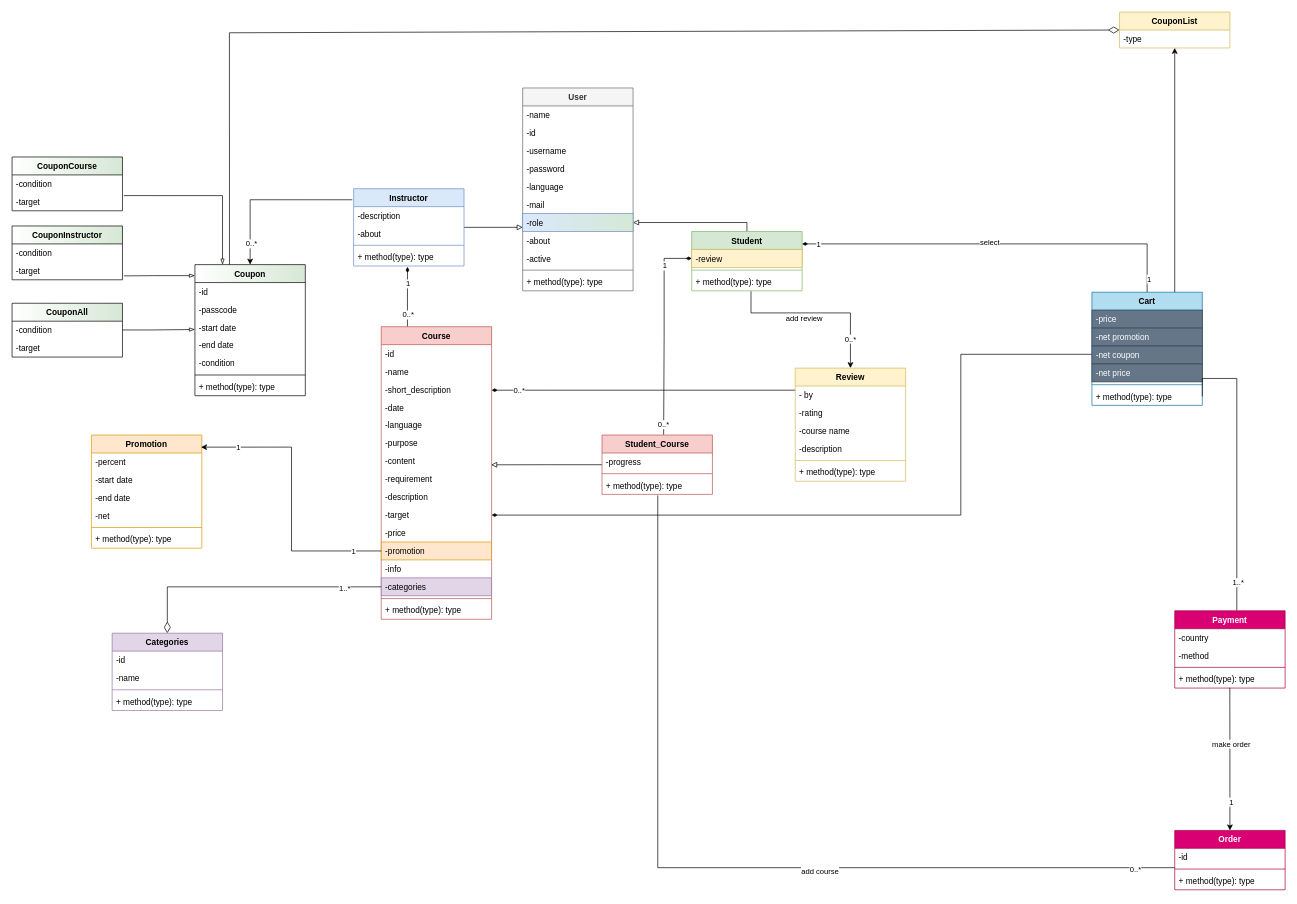
Earlier version of the draw.io diagram class.drawio (pratanporn13promax/OOP-Class-Sequence-UseCase-Diagram). Source tidied: cells renumbered, new cells numbered last; positions are measured from the earlier drawing's top-left corner, leaving out a move shared by most shapes. Both pictures are drawn from the tidied source at 69%, with x=0, y=0 at pixel (12, 12).
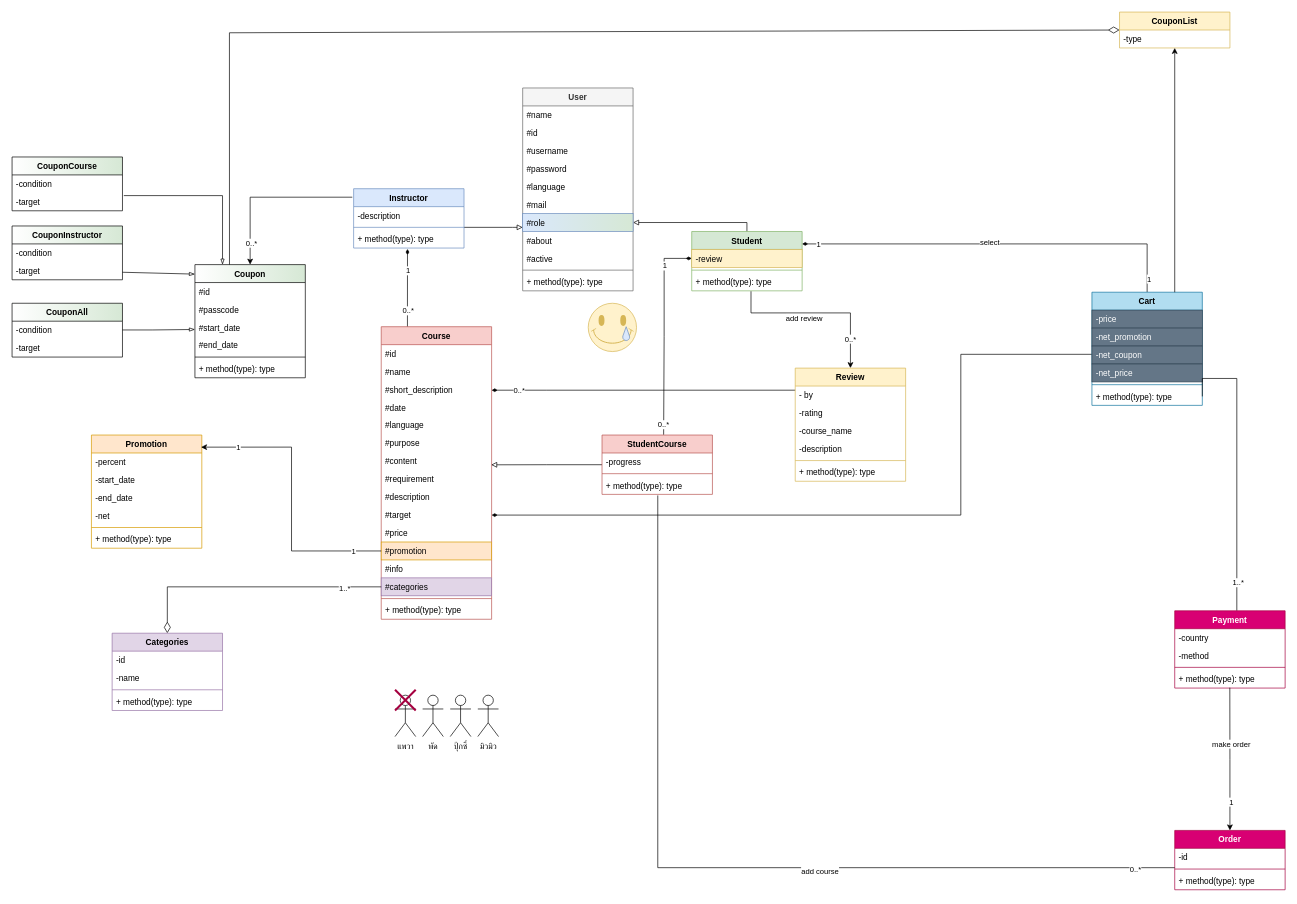
Above is the later version.

Unchanged cells that the change refers to:
```xml
<mxCell id="5" value="Course" style="swimlane;fontStyle=1;align=center;verticalAlign=top;horizontal=1;startSize=26;fillColor=#f8cecc;strokeColor=#b85450;" parent="1" vertex="1">
  <mxGeometry x="535" y="456" width="160" height="424" as="geometry" />
</mxCell>
<mxCell id="34" value="User" style="swimlane;fontStyle=1;align=center;verticalAlign=top;horizontal=1;startSize=26;fillColor=#f5f5f5;fontColor=#333333;strokeColor=#666666;" parent="1" vertex="1">
  <mxGeometry x="740" y="110" width="160" height="294" as="geometry" />
</mxCell>
<mxCell id="51" value="Review" style="swimlane;fontStyle=1;align=center;verticalAlign=top;horizontal=1;startSize=26;fillColor=#fff2cc;strokeColor=#d6b656;" parent="1" vertex="1">
  <mxGeometry x="1135" y="516" width="160" height="164" as="geometry" />
</mxCell>
<mxCell id="69" value="Cart" style="swimlane;fontStyle=1;align=center;verticalAlign=top;horizontal=1;startSize=26;fillColor=#b1ddf0;strokeColor=#10739e;" parent="1" vertex="1">
  <mxGeometry x="1565" y="406" width="160" height="164" as="geometry" />
</mxCell>
<mxCell id="83" value="Promotion" style="swimlane;fontStyle=1;align=center;verticalAlign=top;horizontal=1;startSize=26;fillColor=#ffe6cc;strokeColor=#d79b00;" parent="1" vertex="1">
  <mxGeometry x="115" y="613" width="160" height="164" as="geometry" />
</mxCell>
<mxCell id="126" value="-target" style="text;strokeColor=none;fillColor=none;align=left;verticalAlign=top;spacingLeft=4;spacingRight=4;overflow=hidden;points=[[0,0.5],[1,0.5]];portConstraint=eastwest;" parent="124" vertex="1">
  <mxGeometry y="52" width="160" height="26" as="geometry" />
</mxCell>
```

What changed in the source:
```diff
@@
-    <mxCell id="6" value="-id" style="text;strokeColor=none;fillColor=none;align=left;verticalAlign=top;spacingLeft=4;spacingRight=4;overflow=hidden;" parent="5" vertex="1">
+    <mxCell id="6" value="#id" style="text;strokeColor=none;fillColor=none;align=left;verticalAlign=top;spacingLeft=4;spacingRight=4;overflow=hidden;" parent="5" vertex="1">
       <mxGeometry y="26" width="160" height="26" as="geometry" />
     </mxCell>
-    <mxCell id="7" value="-name&#10;" style="text;strokeColor=none;fillColor=none;align=left;verticalAlign=top;spacingLeft=4;spacingRight=4;overflow=hidden;" parent="5" vertex="1">
+    <mxCell id="7" value="#name&#10;" style="text;strokeColor=none;fillColor=none;align=left;verticalAlign=top;spacingLeft=4;spacingRight=4;overflow=hidden;" parent="5" vertex="1">
       <mxGeometry y="52" width="160" height="26" as="geometry" />
     </mxCell>
-    <mxCell id="8" value="-short_description" style="text;strokeColor=none;fillColor=none;align=left;verticalAlign=top;spacingLeft=4;spacingRight=4;overflow=hidden;" parent="5" vertex="1">
+    <mxCell id="8" value="#short_description" style="text;strokeColor=none;fillColor=none;align=left;verticalAlign=top;spacingLeft=4;spacingRight=4;overflow=hidden;" parent="5" vertex="1">
       <mxGeometry y="78" width="160" height="26" as="geometry" />
     </mxCell>
-    <mxCell id="9" value="-date" style="text;strokeColor=none;fillColor=none;align=left;verticalAlign=top;spacingLeft=4;spacingRight=4;overflow=hidden;" parent="5" vertex="1">
+    <mxCell id="9" value="#date" style="text;strokeColor=none;fillColor=none;align=left;verticalAlign=top;spacingLeft=4;spacingRight=4;overflow=hidden;" parent="5" vertex="1">
       <mxGeometry y="104" width="160" height="26" as="geometry" />
     </mxCell>
-    <mxCell id="10" value="-language" style="text;strokeColor=none;fillColor=none;align=left;verticalAlign=top;spacingLeft=4;spacingRight=4;overflow=hidden;" parent="5" vertex="1">
+    <mxCell id="10" value="#language" style="text;strokeColor=none;fillColor=none;align=left;verticalAlign=top;spacingLeft=4;spacingRight=4;overflow=hidden;" parent="5" vertex="1">
       <mxGeometry y="130" width="160" height="26" as="geometry" />
     </mxCell>
-    <mxCell id="11" value="-purpose" style="text;strokeColor=none;fillColor=none;align=left;verticalAlign=top;spacingLeft=4;spacingRight=4;overflow=hidden;" parent="5" vertex="1">
+    <mxCell id="11" value="#purpose" style="text;strokeColor=none;fillColor=none;align=left;verticalAlign=top;spacingLeft=4;spacingRight=4;overflow=hidden;" parent="5" vertex="1">
       <mxGeometry y="156" width="160" height="26" as="geometry" />
     </mxCell>
-    <mxCell id="12" value="-content" style="text;strokeColor=none;fillColor=none;align=left;verticalAlign=top;spacingLeft=4;spacingRight=4;overflow=hidden;points=[[0,0.5],[1,0.5]];portConstraint=eastwest;" parent="5" vertex="1">
+    <mxCell id="12" value="#content" style="text;strokeColor=none;fillColor=none;align=left;verticalAlign=top;spacingLeft=4;spacingRight=4;overflow=hidden;points=[[0,0.5],[1,0.5]];portConstraint=eastwest;" parent="5" vertex="1">
       <mxGeometry y="182" width="160" height="26" as="geometry" />
     </mxCell>
-    <mxCell id="13" value="-requirement" style="text;strokeColor=none;fillColor=none;align=left;verticalAlign=top;spacingLeft=4;spacingRight=4;overflow=hidden;" parent="5" vertex="1">
+    <mxCell id="13" value="#requirement" style="text;strokeColor=none;fillColor=none;align=left;verticalAlign=top;spacingLeft=4;spacingRight=4;overflow=hidden;" parent="5" vertex="1">
       <mxGeometry y="208" width="160" height="26" as="geometry" />
     </mxCell>
-    <mxCell id="14" value="-description" style="text;strokeColor=none;fillColor=none;align=left;verticalAlign=top;spacingLeft=4;spacingRight=4;overflow=hidden;" parent="5" vertex="1">
+    <mxCell id="14" value="#description" style="text;strokeColor=none;fillColor=none;align=left;verticalAlign=top;spacingLeft=4;spacingRight=4;overflow=hidden;" parent="5" vertex="1">
       <mxGeometry y="234" width="160" height="26" as="geometry" />
     </mxCell>
@@
-    <mxCell id="16" value="-target" style="text;strokeColor=none;fillColor=none;align=left;verticalAlign=top;spacingLeft=4;spacingRight=4;overflow=hidden;points=[[0,0.5],[1,0.5]];portConstraint=eastwest;" parent="5" vertex="1">
+    <mxCell id="16" value="#target" style="text;strokeColor=none;fillColor=none;align=left;verticalAlign=top;spacingLeft=4;spacingRight=4;overflow=hidden;points=[[0,0.5],[1,0.5]];portConstraint=eastwest;" parent="5" vertex="1">
       <mxGeometry y="260" width="160" height="26" as="geometry" />
     </mxCell>
-    <mxCell id="17" value="-price" style="text;strokeColor=none;fillColor=none;align=left;verticalAlign=top;spacingLeft=4;spacingRight=4;overflow=hidden;" parent="5" vertex="1">
+    <mxCell id="17" value="#price" style="text;strokeColor=none;fillColor=none;align=left;verticalAlign=top;spacingLeft=4;spacingRight=4;overflow=hidden;" parent="5" vertex="1">
       <mxGeometry y="286" width="160" height="26" as="geometry" />
     </mxCell>
-    <mxCell id="18" value="-promotion" style="text;strokeColor=#d79b00;fillColor=#ffe6cc;align=left;verticalAlign=top;spacingLeft=4;spacingRight=4;overflow=hidden;points=[[0,0.5],[1,0.5]];portConstraint=eastwest;" parent="5" vertex="1">
+    <mxCell id="18" value="#promotion" style="text;strokeColor=#d79b00;fillColor=#ffe6cc;align=left;verticalAlign=top;spacingLeft=4;spacingRight=4;overflow=hidden;points=[[0,0.5],[1,0.5]];portConstraint=eastwest;" parent="5" vertex="1">
       <mxGeometry y="312" width="160" height="26" as="geometry" />
     </mxCell>
-    <mxCell id="19" value="-info" style="text;strokeColor=none;fillColor=none;align=left;verticalAlign=top;spacingLeft=4;spacingRight=4;overflow=hidden;" parent="5" vertex="1">
+    <mxCell id="19" value="#info" style="text;strokeColor=none;fillColor=none;align=left;verticalAlign=top;spacingLeft=4;spacingRight=4;overflow=hidden;" parent="5" vertex="1">
       <mxGeometry y="338" width="160" height="26" as="geometry" />
     </mxCell>
-    <mxCell id="20" value="-categories" style="text;strokeColor=#9673a6;fillColor=#e1d5e7;align=left;verticalAlign=top;spacingLeft=4;spacingRight=4;overflow=hidden;points=[[0,0.5],[1,0.5]];portConstraint=eastwest;" parent="5" vertex="1">
+    <mxCell id="20" value="#categories" style="text;strokeColor=#9673a6;fillColor=#e1d5e7;align=left;verticalAlign=top;spacingLeft=4;spacingRight=4;overflow=hidden;points=[[0,0.5],[1,0.5]];portConstraint=eastwest;" parent="5" vertex="1">
       <mxGeometry y="364" width="160" height="26" as="geometry" />
     </mxCell>
@@
     <mxCell id="24" value="Instructor" style="swimlane;fontStyle=1;align=center;verticalAlign=top;horizontal=1;startSize=26;fillColor=#dae8fc;strokeColor=#6c8ebf;" parent="1" vertex="1">
-      <mxGeometry x="495" y="256" width="160" height="112" as="geometry" />
+      <mxGeometry x="495" y="256" width="160" height="86" as="geometry" />
     </mxCell>
@@
-    <mxCell id="26" value="-about" style="text;strokeColor=none;fillColor=none;align=left;verticalAlign=top;spacingLeft=4;spacingRight=4;overflow=hidden;" parent="24" vertex="1">
-      <mxGeometry y="52" width="160" height="26" as="geometry" />
-    </mxCell>
     <mxCell id="27" style="line;strokeWidth=1;fillColor=none;align=left;verticalAlign=middle;spacingTop=-1;spacingLeft=3;spacingRight=3;labelPosition=right;strokeColor=inherit;" parent="24" vertex="1">
-      <mxGeometry y="78" width="160" height="8" as="geometry" />
+      <mxGeometry y="52" width="160" height="8" as="geometry" />
     </mxCell>
     <mxCell id="28" value="+ method(type): type" style="text;strokeColor=none;fillColor=none;align=left;verticalAlign=top;spacingLeft=4;spacingRight=4;overflow=hidden;points=[[0,0.5],[1,0.5]];portConstraint=eastwest;" parent="24" vertex="1">
-      <mxGeometry y="86" width="160" height="26" as="geometry" />
+      <mxGeometry y="60" width="160" height="26" as="geometry" />
     </mxCell>
@@
-    <mxCell id="35" value="-name" style="text;strokeColor=none;fillColor=none;align=left;verticalAlign=top;spacingLeft=4;spacingRight=4;overflow=hidden;" parent="34" vertex="1">
+    <mxCell id="35" value="#name" style="text;strokeColor=none;fillColor=none;align=left;verticalAlign=top;spacingLeft=4;spacingRight=4;overflow=hidden;" parent="34" vertex="1">
       <mxGeometry y="26" width="160" height="26" as="geometry" />
     </mxCell>
-    <mxCell id="36" value="-id" style="text;strokeColor=none;fillColor=none;align=left;verticalAlign=top;spacingLeft=4;spacingRight=4;overflow=hidden;" parent="34" vertex="1">
+    <mxCell id="36" value="#id" style="text;strokeColor=none;fillColor=none;align=left;verticalAlign=top;spacingLeft=4;spacingRight=4;overflow=hidden;" parent="34" vertex="1">
       <mxGeometry y="52" width="160" height="26" as="geometry" />
     </mxCell>
-    <mxCell id="37" value="-username" style="text;strokeColor=none;fillColor=none;align=left;verticalAlign=top;spacingLeft=4;spacingRight=4;overflow=hidden;" parent="34" vertex="1">
+    <mxCell id="37" value="#username" style="text;strokeColor=none;fillColor=none;align=left;verticalAlign=top;spacingLeft=4;spacingRight=4;overflow=hidden;" parent="34" vertex="1">
       <mxGeometry y="78" width="160" height="26" as="geometry" />
     </mxCell>
-    <mxCell id="38" value="-password" style="text;strokeColor=none;fillColor=none;align=left;verticalAlign=top;spacingLeft=4;spacingRight=4;overflow=hidden;" parent="34" vertex="1">
+    <mxCell id="38" value="#password" style="text;strokeColor=none;fillColor=none;align=left;verticalAlign=top;spacingLeft=4;spacingRight=4;overflow=hidden;" parent="34" vertex="1">
       <mxGeometry y="104" width="160" height="26" as="geometry" />
     </mxCell>
-    <mxCell id="39" value="-language" style="text;strokeColor=none;fillColor=none;align=left;verticalAlign=top;spacingLeft=4;spacingRight=4;overflow=hidden;" parent="34" vertex="1">
+    <mxCell id="39" value="#language" style="text;strokeColor=none;fillColor=none;align=left;verticalAlign=top;spacingLeft=4;spacingRight=4;overflow=hidden;" parent="34" vertex="1">
       <mxGeometry y="130" width="160" height="26" as="geometry" />
     </mxCell>
-    <mxCell id="40" value="-mail" style="text;strokeColor=none;fillColor=none;align=left;verticalAlign=top;spacingLeft=4;spacingRight=4;overflow=hidden;" parent="34" vertex="1">
+    <mxCell id="40" value="#mail" style="text;strokeColor=none;fillColor=none;align=left;verticalAlign=top;spacingLeft=4;spacingRight=4;overflow=hidden;" parent="34" vertex="1">
       <mxGeometry y="156" width="160" height="26" as="geometry" />
     </mxCell>
-    <mxCell id="41" value="-role" style="text;strokeColor=#6c8ebf;fillColor=#dae8fc;align=left;verticalAlign=top;spacingLeft=4;spacingRight=4;overflow=hidden;points=[[0,0.5],[1,0.5]];portConstraint=eastwest;gradientColor=#d6e8d5;gradientDirection=east;" parent="34" vertex="1">
+    <mxCell id="41" value="#role" style="text;strokeColor=#6c8ebf;fillColor=#dae8fc;align=left;verticalAlign=top;spacingLeft=4;spacingRight=4;overflow=hidden;points=[[0,0.5],[1,0.5]];portConstraint=eastwest;gradientColor=#d6e8d5;gradientDirection=east;" parent="34" vertex="1">
       <mxGeometry y="182" width="160" height="26" as="geometry" />
     </mxCell>
-    <mxCell id="42" value="-about" style="text;strokeColor=none;fillColor=none;align=left;verticalAlign=top;spacingLeft=4;spacingRight=4;overflow=hidden;" parent="34" vertex="1">
+    <mxCell id="42" value="#about" style="text;strokeColor=none;fillColor=none;align=left;verticalAlign=top;spacingLeft=4;spacingRight=4;overflow=hidden;" parent="34" vertex="1">
       <mxGeometry y="208" width="160" height="26" as="geometry" />
     </mxCell>
-    <mxCell id="43" value="-active" style="text;strokeColor=none;fillColor=none;align=left;verticalAlign=top;spacingLeft=4;spacingRight=4;overflow=hidden;" parent="34" vertex="1">
+    <mxCell id="43" value="#active" style="text;strokeColor=none;fillColor=none;align=left;verticalAlign=top;spacingLeft=4;spacingRight=4;overflow=hidden;" parent="34" vertex="1">
       <mxGeometry y="234" width="160" height="26" as="geometry" />
     </mxCell>
@@
-    <mxCell id="54" value="-course name" style="text;strokeColor=none;fillColor=none;align=left;verticalAlign=top;spacingLeft=4;spacingRight=4;overflow=hidden;" parent="51" vertex="1">
+    <mxCell id="54" value="-course_name" style="text;strokeColor=none;fillColor=none;align=left;verticalAlign=top;spacingLeft=4;spacingRight=4;overflow=hidden;" parent="51" vertex="1">
       <mxGeometry y="78" width="160" height="26" as="geometry" />
     </mxCell>
@@
-    <mxCell id="71" value="-net promotion" style="text;strokeColor=#314354;fillColor=#647687;align=left;verticalAlign=top;spacingLeft=4;spacingRight=4;overflow=hidden;fontColor=#ffffff;" parent="69" vertex="1">
+    <mxCell id="71" value="-net_promotion" style="text;strokeColor=#314354;fillColor=#647687;align=left;verticalAlign=top;spacingLeft=4;spacingRight=4;overflow=hidden;fontColor=#ffffff;" parent="69" vertex="1">
       <mxGeometry y="52" width="160" height="26" as="geometry" />
     </mxCell>
-    <mxCell id="72" value="-net coupon" style="text;strokeColor=#314354;fillColor=#647687;align=left;verticalAlign=top;spacingLeft=4;spacingRight=4;overflow=hidden;fontColor=#ffffff;" parent="69" vertex="1">
+    <mxCell id="72" value="-net_coupon" style="text;strokeColor=#314354;fillColor=#647687;align=left;verticalAlign=top;spacingLeft=4;spacingRight=4;overflow=hidden;fontColor=#ffffff;" parent="69" vertex="1">
       <mxGeometry y="78" width="160" height="26" as="geometry" />
     </mxCell>
-    <mxCell id="73" value="-net price&#10;" style="text;strokeColor=#314354;fillColor=#647687;align=left;verticalAlign=top;spacingLeft=4;spacingRight=4;overflow=hidden;fontColor=#ffffff;" parent="69" vertex="1">
+    <mxCell id="73" value="-net_price&#10;" style="text;strokeColor=#314354;fillColor=#647687;align=left;verticalAlign=top;spacingLeft=4;spacingRight=4;overflow=hidden;fontColor=#ffffff;" parent="69" vertex="1">
       <mxGeometry y="104" width="160" height="26" as="geometry" />
     </mxCell>
@@
-    <mxCell id="85" value="-start date" style="text;strokeColor=none;fillColor=none;align=left;verticalAlign=top;spacingLeft=4;spacingRight=4;overflow=hidden;" parent="83" vertex="1">
+    <mxCell id="85" value="-start_date" style="text;strokeColor=none;fillColor=none;align=left;verticalAlign=top;spacingLeft=4;spacingRight=4;overflow=hidden;" parent="83" vertex="1">
       <mxGeometry y="52" width="160" height="26" as="geometry" />
     </mxCell>
-    <mxCell id="86" value="-end date" style="text;strokeColor=none;fillColor=none;align=left;verticalAlign=top;spacingLeft=4;spacingRight=4;overflow=hidden;" parent="83" vertex="1">
+    <mxCell id="86" value="-end_date" style="text;strokeColor=none;fillColor=none;align=left;verticalAlign=top;spacingLeft=4;spacingRight=4;overflow=hidden;" parent="83" vertex="1">
       <mxGeometry y="78" width="160" height="26" as="geometry" />
     </mxCell>
@@
     <mxCell id="96" style="edgeStyle=orthogonalEdgeStyle;rounded=0;jettySize=auto;html=1;entryX=-0.012;entryY=0.143;entryDx=0;entryDy=0;entryPerimeter=0;startArrow=classic;startFill=1;endArrow=none;endFill=0;exitX=0.5;exitY=0;exitDx=0;exitDy=0;" parent="1" edge="1" source="98" target="24">
-      <mxGeometry relative="1" as="geometry" />
+      <mxGeometry relative="1" as="geometry">
+        <Array as="points">
+          <mxPoint x="345" y="268" />
+        </Array>
+      </mxGeometry>
     </mxCell>
@@
     <mxCell id="98" value="Coupon" style="swimlane;fontStyle=1;align=center;verticalAlign=top;horizontal=1;startSize=26;fillStyle=auto;gradientColor=#d6e8d5;gradientDirection=east;" parent="1" vertex="1">
-      <mxGeometry x="265" y="366" width="160" height="190" as="geometry" />
+      <mxGeometry x="265" y="366" width="160" height="164" as="geometry" />
     </mxCell>
-    <mxCell id="99" value="-id" style="text;strokeColor=none;fillColor=none;align=left;verticalAlign=top;spacingLeft=4;spacingRight=4;overflow=hidden;" parent="98" vertex="1">
+    <mxCell id="99" value="#id" style="text;strokeColor=none;fillColor=none;align=left;verticalAlign=top;spacingLeft=4;spacingRight=4;overflow=hidden;" parent="98" vertex="1">
       <mxGeometry y="26" width="160" height="26" as="geometry" />
     </mxCell>
-    <mxCell id="100" value="-passcode" style="text;strokeColor=none;fillColor=none;align=left;verticalAlign=top;spacingLeft=4;spacingRight=4;overflow=hidden;" parent="98" vertex="1">
+    <mxCell id="100" value="#passcode" style="text;strokeColor=none;fillColor=none;align=left;verticalAlign=top;spacingLeft=4;spacingRight=4;overflow=hidden;" parent="98" vertex="1">
       <mxGeometry y="52" width="160" height="26" as="geometry" />
     </mxCell>
-    <mxCell id="101" value="-start date" style="text;strokeColor=none;fillColor=none;align=left;verticalAlign=top;spacingLeft=4;spacingRight=4;overflow=hidden;" parent="98" vertex="1">
+    <mxCell id="101" value="#start_date" style="text;strokeColor=none;fillColor=none;align=left;verticalAlign=top;spacingLeft=4;spacingRight=4;overflow=hidden;" parent="98" vertex="1">
       <mxGeometry y="78" width="160" height="26" as="geometry" />
     </mxCell>
-    <mxCell id="102" value="-end date" style="text;strokeColor=none;fillColor=none;align=left;verticalAlign=top;spacingLeft=4;spacingRight=4;overflow=hidden;" parent="98" vertex="1">
+    <mxCell id="102" value="#end_date" style="text;strokeColor=none;fillColor=none;align=left;verticalAlign=top;spacingLeft=4;spacingRight=4;overflow=hidden;" parent="98" vertex="1">
       <mxGeometry y="104" width="160" height="26" as="geometry" />
     </mxCell>
-    <mxCell id="103" value="-condition" style="text;strokeColor=none;fillColor=none;align=left;verticalAlign=top;spacingLeft=4;spacingRight=4;overflow=hidden;" parent="98" vertex="1">
-      <mxGeometry y="130" width="160" height="26" as="geometry" />
-    </mxCell>
     <mxCell id="104" style="line;strokeWidth=1;fillColor=none;align=left;verticalAlign=middle;spacingTop=-1;spacingLeft=3;spacingRight=3;labelPosition=right;strokeColor=inherit;fillStyle=auto;" parent="98" vertex="1">
-      <mxGeometry y="156" width="160" height="8" as="geometry" />
+      <mxGeometry y="130" width="160" height="8" as="geometry" />
     </mxCell>
     <mxCell id="105" value="+ method(type): type" style="text;strokeColor=none;fillColor=none;align=left;verticalAlign=top;spacingLeft=4;spacingRight=4;overflow=hidden;" parent="98" vertex="1">
-      <mxGeometry y="164" width="160" height="26" as="geometry" />
+      <mxGeometry y="138" width="160" height="26" as="geometry" />
     </mxCell>
@@
-    <mxCell id="114" value="Student_Course" style="swimlane;fontStyle=1;align=center;verticalAlign=top;horizontal=1;startSize=26;fillColor=#f8cecc;strokeColor=#b85450;" parent="1" vertex="1">
+    <mxCell id="114" value="StudentCourse" style="swimlane;fontStyle=1;align=center;verticalAlign=top;horizontal=1;startSize=26;fillColor=#f8cecc;strokeColor=#b85450;" parent="1" vertex="1">
       <mxGeometry x="855" y="613" width="160" height="86" as="geometry" />
     </mxCell>
@@
-    <mxCell id="131" style="endArrow=blockThin;html=1;rounded=0;exitX=1.012;exitY=0.782;exitDx=0;exitDy=0;exitPerimeter=0;entryX=0;entryY=0.084;entryDx=0;entryDy=0;endFill=0;entryPerimeter=0;" parent="1" edge="1" source="126" target="98">
-      <mxGeometry relative="1" as="geometry">
-        <Array as="points">
-          <mxPoint x="205" y="382" />
-        </Array>
-      </mxGeometry>
+    <mxCell id="131" style="endArrow=blockThin;html=1;rounded=0;entryX=0;entryY=0.084;entryDx=0;entryDy=0;endFill=0;entryPerimeter=0;" parent="1" edge="1" source="126" target="98">
+      <mxGeometry relative="1" as="geometry" />
     </mxCell>
@@
+    <mxCell id="137" value="แพวา" style="shape=umlActor;verticalLabelPosition=bottom;verticalAlign=top;html=1;" parent="1" vertex="1">
+      <mxGeometry x="555" y="990" width="30" height="60" as="geometry" />
+    </mxCell>
+    <mxCell id="138" value="พัด" style="shape=umlActor;verticalLabelPosition=bottom;verticalAlign=top;html=1;" parent="1" vertex="1">
+      <mxGeometry x="595" y="990" width="30" height="60" as="geometry" />
+    </mxCell>
+    <mxCell id="139" value="ปุ้กซี่" style="shape=umlActor;verticalLabelPosition=bottom;verticalAlign=top;html=1;" parent="1" vertex="1">
+      <mxGeometry x="635" y="990" width="30" height="60" as="geometry" />
+    </mxCell>
+    <mxCell id="140" value="มิวมิว" style="shape=umlActor;verticalLabelPosition=bottom;verticalAlign=top;html=1;" parent="1" vertex="1">
+      <mxGeometry x="675" y="990" width="30" height="60" as="geometry" />
+    </mxCell>
+    <mxCell id="141" style="verticalLabelPosition=bottom;verticalAlign=top;html=1;shape=mxgraph.basic.smiley;fillColor=#fff2cc;strokeColor=#d6b656;" parent="1" vertex="1">
+      <mxGeometry x="835" y="422" width="70" height="70" as="geometry" />
+    </mxCell>
+    <mxCell id="142" style="verticalLabelPosition=bottom;verticalAlign=top;html=1;shape=mxgraph.basic.drop;fillColor=#dae8fc;strokeColor=#6c8ebf;" parent="1" vertex="1">
+      <mxGeometry x="885" y="456" width="10" height="20" as="geometry" />
+    </mxCell>
+    <mxCell id="143" style="shape=umlDestroy;whiteSpace=wrap;html=1;strokeWidth=3;targetShapes=umlLifeline;fillColor=#d80073;fontColor=#ffffff;strokeColor=#A50040;" parent="1" vertex="1">
+      <mxGeometry x="555" y="982.2" width="30" height="30" as="geometry" />
+    </mxCell>
```
